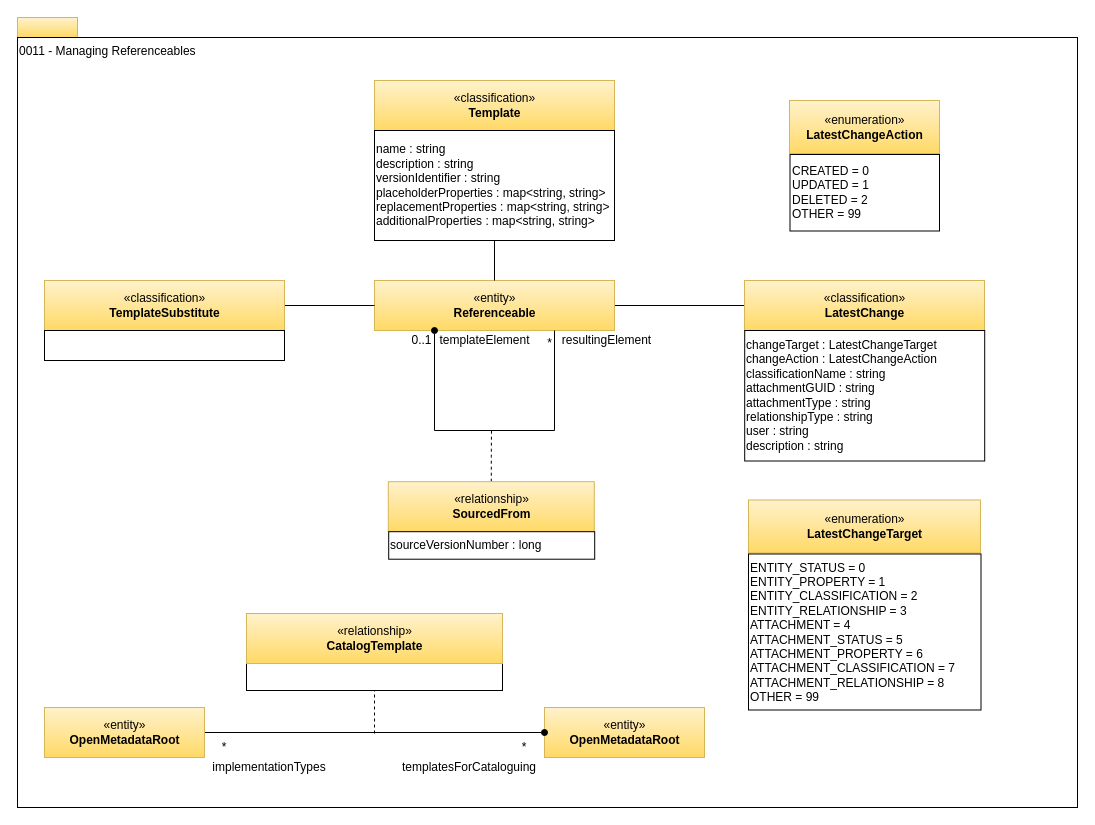
odpi/egeria-docs keeps this draw.io diagram as page "0011-Managing-Referenceables" (4 of 32) of site/docs/types/0/area-0-basic-types-and-infrastructure.drawio. Above is the earlier version. Source tidied: cells renumbered, new cells numbered last; positions are measured from the earlier drawing's top-left corner, leaving out a move shared by most shapes. Both pictures are drawn from the tidied source at 100%, with x=0, y=0 at pixel (17, 17).
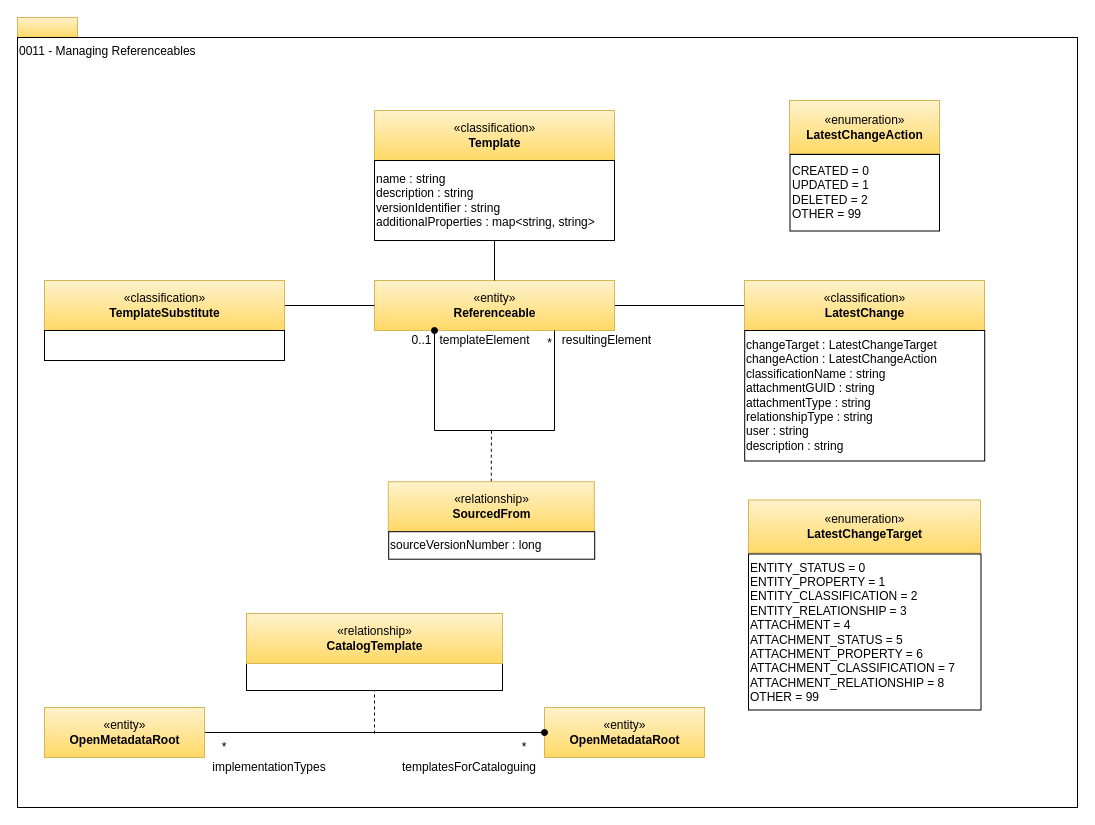
After the change.

What changed in the source:
```diff
@@
     <mxCell id="20" value="«classification»&lt;br&gt;&lt;b&gt;Template&lt;/b&gt;" style="html=1;strokeColor=#d6b656;align=center;fillColor=#fff2cc;gradientColor=#ffd966;" parent="1" vertex="1">
-      <mxGeometry x="357" y="63" width="240" height="50" as="geometry" />
+      <mxGeometry x="357" y="93" width="240" height="50" as="geometry" />
     </mxCell>
-    <mxCell id="21" value="name : string&lt;br&gt;description : string&lt;br&gt;versionIdentifier : string&lt;br&gt;placeholderProperties : map&amp;lt;string, string&amp;gt;&lt;br&gt;replacementProperties : map&amp;lt;string, string&amp;gt;&lt;br&gt;additionalProperties : map&amp;lt;string, string&amp;gt;&lt;br&gt;&lt;div style=&quot;text-align: left&quot;&gt;&lt;/div&gt;" style="rounded=0;whiteSpace=wrap;html=1;strokeColor=#000000;gradientColor=#ffffff;align=left;" parent="1" vertex="1">
-      <mxGeometry x="357" y="113" width="240" height="110" as="geometry" />
+    <mxCell id="21" value="name : string&lt;br&gt;description : string&lt;br&gt;versionIdentifier : string&lt;br&gt;additionalProperties : map&amp;lt;string, string&amp;gt;&lt;br&gt;&lt;div style=&quot;text-align: left&quot;&gt;&lt;/div&gt;" style="rounded=0;whiteSpace=wrap;html=1;strokeColor=#000000;gradientColor=#ffffff;align=left;" parent="1" vertex="1">
+      <mxGeometry x="357" y="143" width="240" height="80" as="geometry" />
     </mxCell>
```
